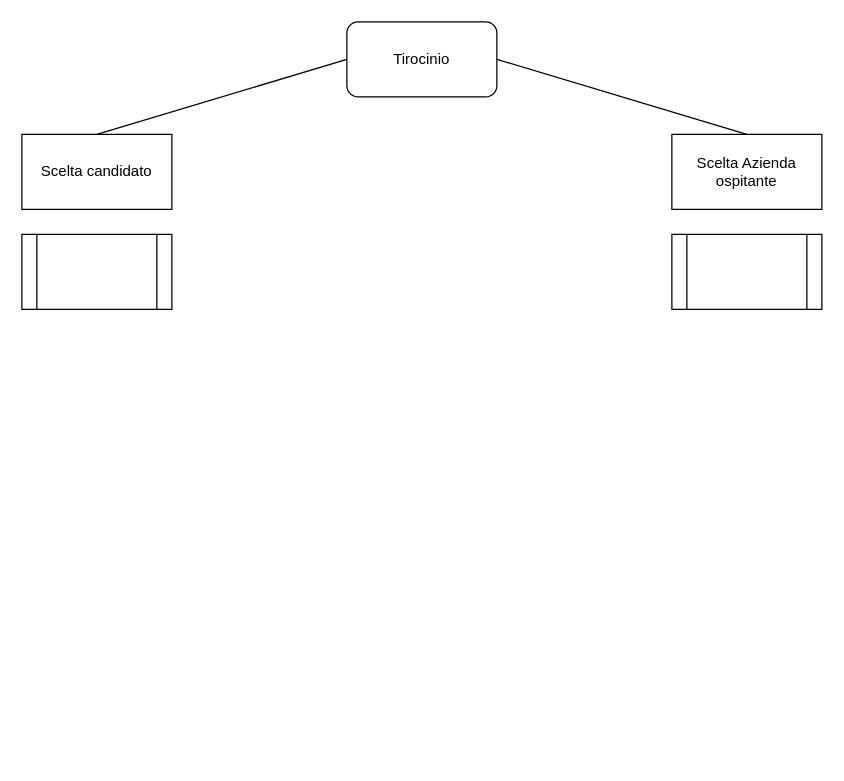
Before: Tirocini extracurricolari.drawio in LorenzoStra/hello-world, a draw.io diagram. Source tidied: cells renumbered, new cells numbered last; positions are measured from the earlier drawing's top-left corner, leaving out a move shared by most shapes. Both pictures are drawn from the tidied source at 125%, with x=0, y=0 at pixel (21, 21).
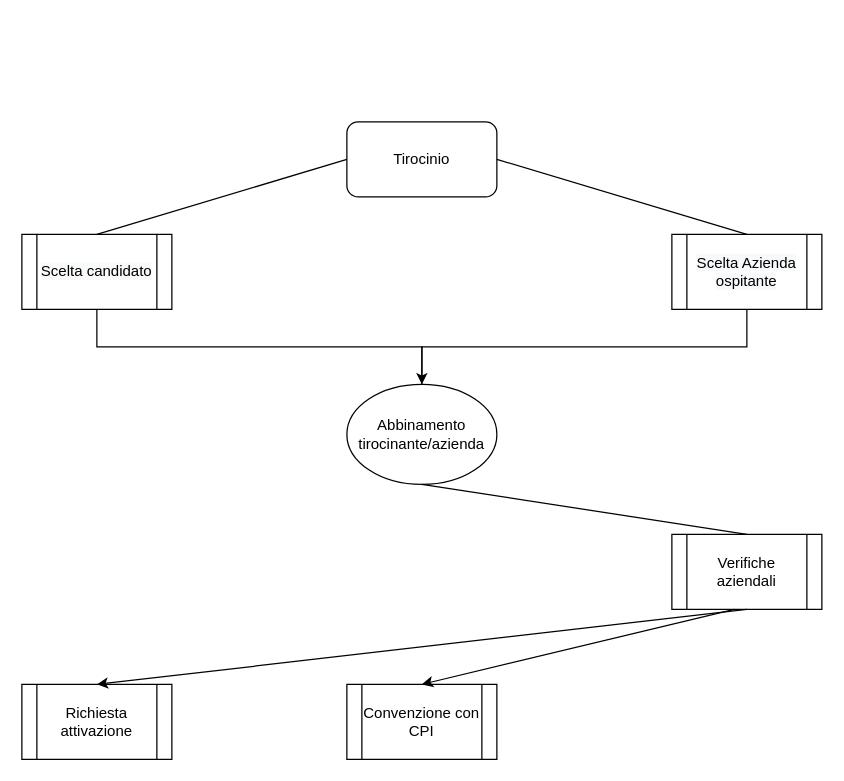
The same diagram, later.

What changed in the source:
```diff
@@
 <mxGraphModel>
   <root>
     <mxCell id="0" />
     <mxCell id="1" parent="0" />
     <mxCell id="2" value="Tirocinio" style="rounded=1;whiteSpace=wrap;html=1;" parent="1" vertex="1">
-      <mxGeometry x="260" width="120" height="60" as="geometry" />
+      <mxGeometry x="260" y="80" width="120" height="60" as="geometry" />
     </mxCell>
-    <mxCell id="3" value="Scelta candidato" style="rounded=0;whiteSpace=wrap;html=1;" parent="1" vertex="1">
-      <mxGeometry y="90" width="120" height="60" as="geometry" />
-    </mxCell>
-    <mxCell id="4" value="Scelta Azienda ospitante" style="rounded=0;whiteSpace=wrap;html=1;" parent="1" vertex="1">
-      <mxGeometry x="520" y="90" width="120" height="60" as="geometry" />
-    </mxCell>
-    <mxCell id="5" style="endArrow=none;html=1;exitX=0.5;exitY=0;exitDx=0;exitDy=0;entryX=0;entryY=0.5;entryDx=0;entryDy=0;" parent="1" edge="1" source="3" target="2">
-      <mxGeometry relative="1" as="geometry" />
+    <mxCell id="5" style="endArrow=none;html=1;exitX=0.5;exitY=0;exitDx=0;exitDy=0;entryX=0;entryY=0.5;entryDx=0;entryDy=0;" parent="1" edge="1" target="2">
+      <mxGeometry relative="1" as="geometry">
+        <mxPoint x="60" y="170" as="sourcePoint" />
+      </mxGeometry>
     </mxCell>
-    <mxCell id="6" style="endArrow=none;html=1;entryX=1;entryY=0.5;entryDx=0;entryDy=0;exitX=0.5;exitY=0;exitDx=0;exitDy=0;" parent="1" edge="1" source="4" target="2">
-      <mxGeometry relative="1" as="geometry" />
+    <mxCell id="6" style="endArrow=none;html=1;entryX=1;entryY=0.5;entryDx=0;entryDy=0;exitX=0.5;exitY=0;exitDx=0;exitDy=0;" parent="1" edge="1" target="2">
+      <mxGeometry relative="1" as="geometry">
+        <mxPoint x="580" y="170" as="sourcePoint" />
+      </mxGeometry>
     </mxCell>
+    <mxCell id="9" style="edgeStyle=orthogonalEdgeStyle;rounded=0;jettySize=auto;html=1;exitX=0.5;exitY=1;exitDx=0;exitDy=0;" parent="1" edge="1" source="7" target="11">
+      <mxGeometry relative="1" as="geometry" />
+    </mxCell>
-    <mxCell id="7" style="shape=process;whiteSpace=wrap;html=1;backgroundOutline=1;" parent="1" vertex="1">
+    <mxCell id="7" value="&#10;&#10;&lt;span style=&quot;color: rgb(0, 0, 0); font-family: helvetica; font-size: 12px; font-style: normal; font-weight: 400; letter-spacing: normal; text-align: center; text-indent: 0px; text-transform: none; word-spacing: 0px; background-color: rgb(248, 249, 250); display: inline; float: none;&quot;&gt;Scelta candidato&lt;/span&gt;&#10;&#10;" style="shape=process;whiteSpace=wrap;html=1;backgroundOutline=1;" parent="1" vertex="1">
       <mxGeometry y="170" width="120" height="60" as="geometry" />
     </mxCell>
+    <mxCell id="10" style="edgeStyle=orthogonalEdgeStyle;rounded=0;jettySize=auto;html=1;exitX=0.5;exitY=1;exitDx=0;exitDy=0;" parent="1" edge="1" source="8">
+      <mxGeometry relative="1" as="geometry">
+        <mxPoint x="320" y="300" as="targetPoint" />
+        <Array as="points">
+          <mxPoint x="580" y="260" />
+          <mxPoint x="320" y="260" />
+        </Array>
+      </mxGeometry>
+    </mxCell>
-    <mxCell id="8" style="shape=process;whiteSpace=wrap;html=1;backgroundOutline=1;" parent="1" vertex="1">
+    <mxCell id="8" value="&#10;&#10;&lt;span style=&quot;color: rgb(0, 0, 0); font-family: helvetica; font-size: 12px; font-style: normal; font-weight: 400; letter-spacing: normal; text-align: center; text-indent: 0px; text-transform: none; word-spacing: 0px; background-color: rgb(248, 249, 250); display: inline; float: none;&quot;&gt;Scelta Azienda ospitante&lt;/span&gt;&#10;&#10;" style="shape=process;whiteSpace=wrap;html=1;backgroundOutline=1;" parent="1" vertex="1">
       <mxGeometry x="520" y="170" width="120" height="60" as="geometry" />
     </mxCell>
+    <mxCell id="11" value="Abbinamento tirocinante/azienda" style="ellipse;whiteSpace=wrap;html=1;" parent="1" vertex="1">
+      <mxGeometry x="260" y="290" width="120" height="80" as="geometry" />
+    </mxCell>
+    <mxCell id="12" value="Convenzione con CPI" style="shape=process;whiteSpace=wrap;html=1;backgroundOutline=1;" parent="1" vertex="1">
+      <mxGeometry x="260" y="530" width="120" height="60" as="geometry" />
+    </mxCell>
+    <mxCell id="13" value="Richiesta attivazione" style="shape=process;whiteSpace=wrap;html=1;backgroundOutline=1;" parent="1" vertex="1">
+      <mxGeometry y="530" width="120" height="60" as="geometry" />
+    </mxCell>
+    <mxCell id="14" value="Verifiche aziendali" style="shape=process;whiteSpace=wrap;html=1;backgroundOutline=1;" parent="1" vertex="1">
+      <mxGeometry x="520" y="410" width="120" height="60" as="geometry" />
+    </mxCell>
+    <mxCell id="15" style="endArrow=none;html=1;entryX=0.5;entryY=1;entryDx=0;entryDy=0;exitX=0.5;exitY=0;exitDx=0;exitDy=0;" parent="1" edge="1" source="14" target="11">
+      <mxGeometry relative="1" as="geometry" />
+    </mxCell>
+    <mxCell id="16" style="endArrow=classic;html=1;entryX=0.5;entryY=0;entryDx=0;entryDy=0;exitX=0.5;exitY=1;exitDx=0;exitDy=0;" parent="1" edge="1" source="14" target="13">
+      <mxGeometry relative="1" as="geometry" />
+    </mxCell>
+    <mxCell id="17" style="endArrow=classic;html=1;entryX=0.5;entryY=0;entryDx=0;entryDy=0;" parent="1" edge="1" target="12">
+      <mxGeometry relative="1" as="geometry">
+        <mxPoint x="570" y="470" as="sourcePoint" />
+      </mxGeometry>
+    </mxCell>
   </root>
 </mxGraphModel>
```
